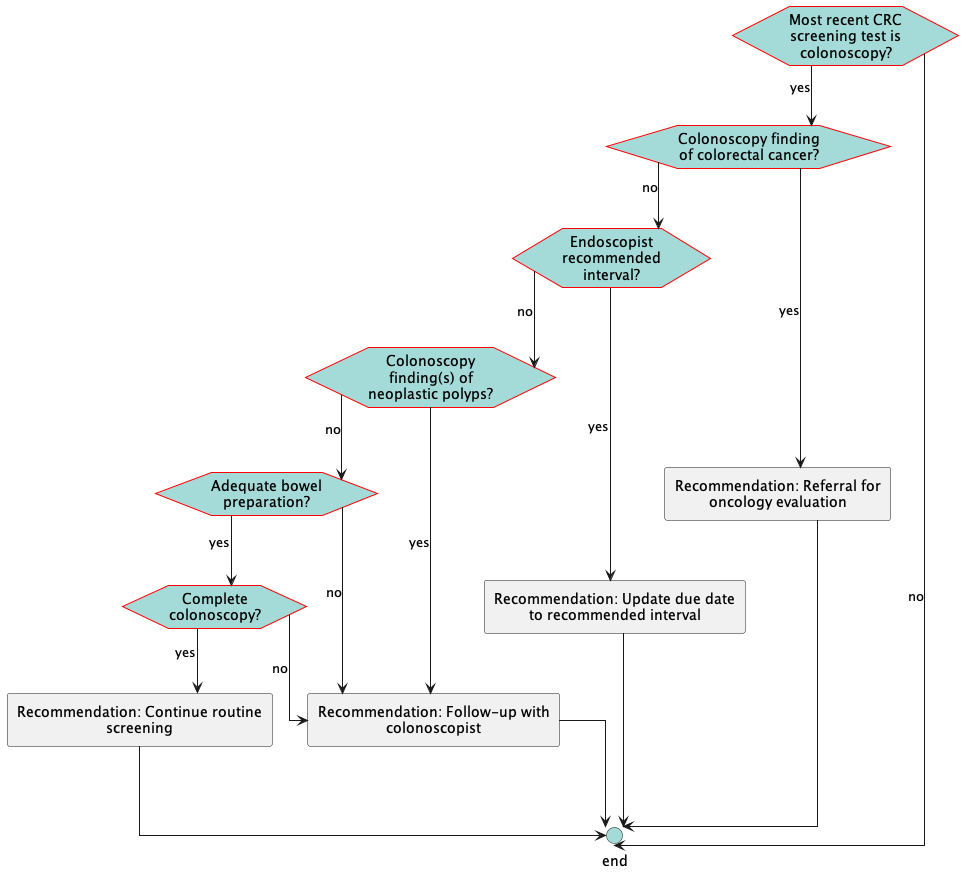
Earlier version of the PlantUML export images/flow-FollowUpColonoscopy.png (ccsm-cds-tools/CDC-Colorectal-Cancer-Screening-CDS-L2).
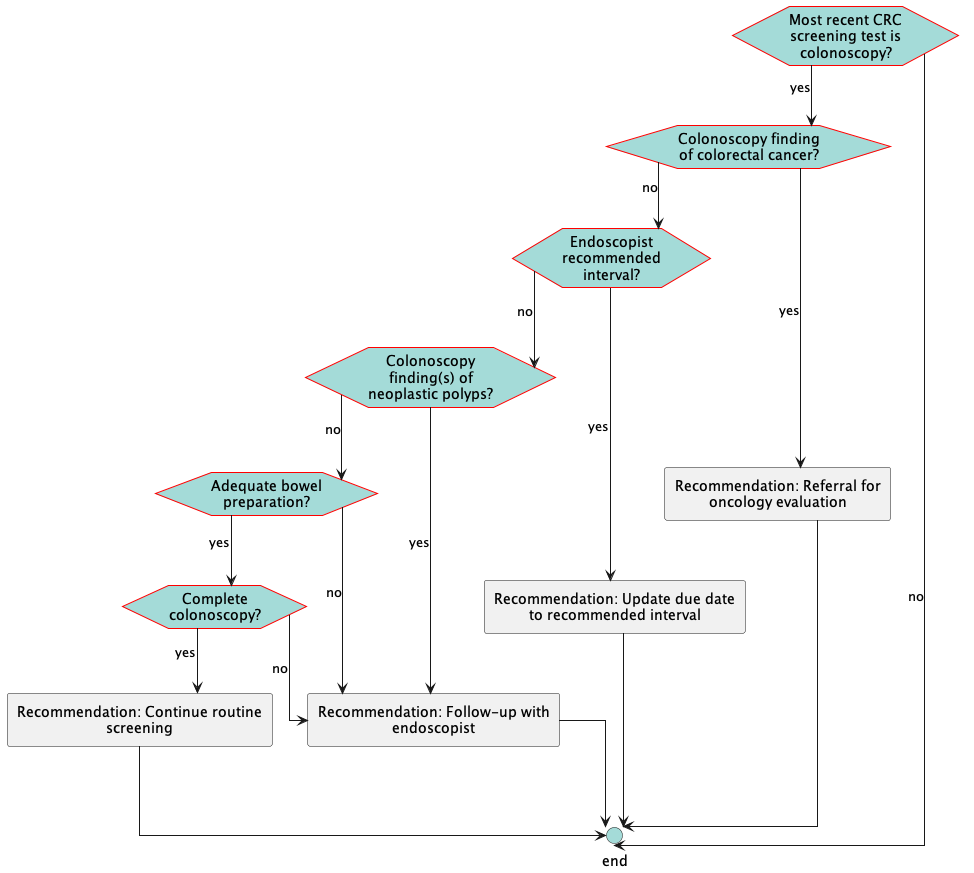
The same diagram one commit later.

What changed in the source:
```diff
@@ -26,7 +26,7 @@
 rectangle "Recommendation: Update due date to recommended interval" as act_updateDueDatePerInterval [[#act-updateDueDatePerInterval]]
 rectangle "Recommendation: Continue routine screening" as act_continueRoutineScreening [[#act-continueRoutineScreening]]
 rectangle "Recommendation: Referral for oncology evaluation" as act_oncologyReferral [[#act-oncologyReferral]]
-rectangle "Recommendation: Follow-up with colonoscopist" as act_followUpColonoscopist [[#act-followUpColonoscopist]]
+rectangle "Recommendation: Follow-up with endoscopist" as act_followUpColonoscopist [[#act-followUpColonoscopist]]
 circle "end" as end_1 <<end>>
 eve_lastTestColonoscopy-->eve_colonoscopyFindingCRC: yes
 eve_lastTestColonoscopy-->end_1: no
```
